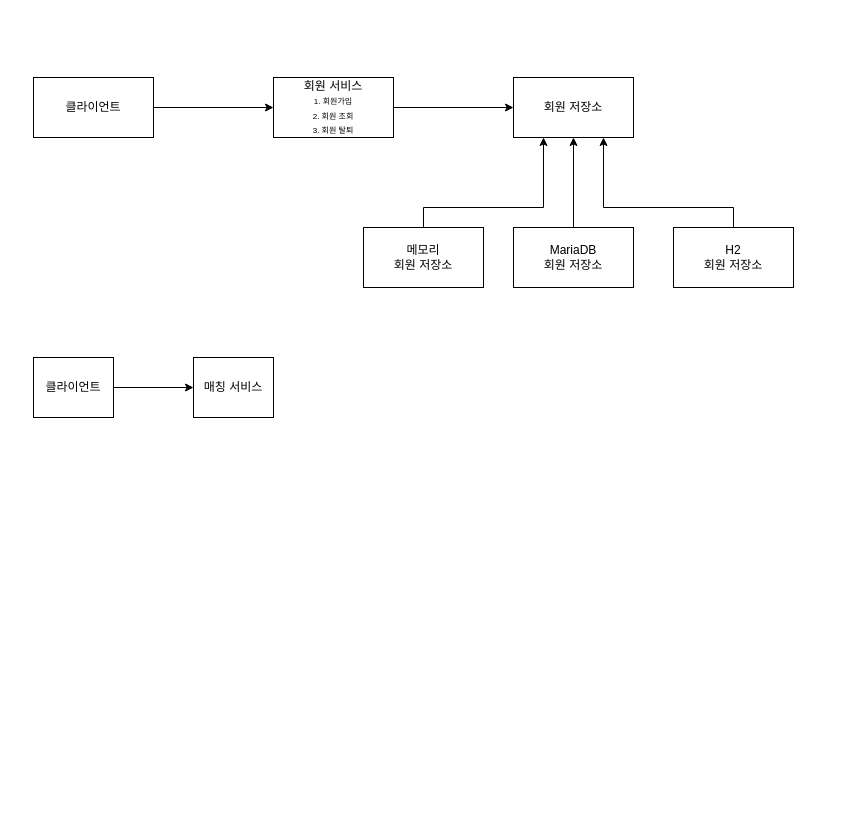
This is 기획/다이어그램/도메인_다이어그램.drawio from Cooperative-Projects/MBTIng, a draw.io file, before an edit. Source tidied: cells renumbered, new cells numbered last; positions are measured from the earlier drawing's top-left corner, leaving out a move shared by most shapes. Both pictures are drawn from the tidied source at 100%, with x=0, y=0 at pixel (33, 77).
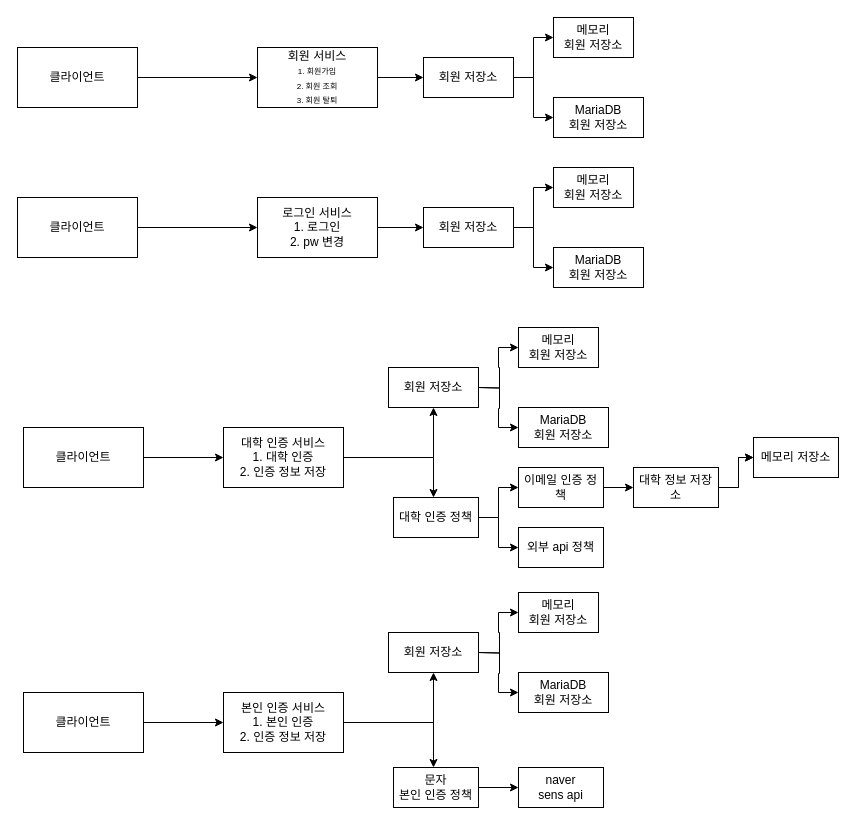
After the change.

Change to the diagram source:
```diff
@@
     <mxCell id="3" value="클라이언트" style="rounded=0;whiteSpace=wrap;html=1;" parent="1" vertex="1">
-      <mxGeometry width="120" height="60" as="geometry" />
+      <mxGeometry x="-16" y="-30" width="120" height="60" as="geometry" />
     </mxCell>
@@
     <mxCell id="5" value="회원 서비스&lt;br&gt;&lt;font style=&quot;font-size: 8px;&quot;&gt;1. 회원가입&lt;br style=&quot;font-size: 8px;&quot;&gt;2. 회원 조회&lt;br style=&quot;font-size: 8px;&quot;&gt;3. 회원 탈퇴&lt;/font&gt;" style="rounded=0;whiteSpace=wrap;html=1;" parent="1" vertex="1">
-      <mxGeometry x="240" width="120" height="60" as="geometry" />
+      <mxGeometry x="224" y="-30" width="120" height="60" as="geometry" />
     </mxCell>
+    <mxCell id="16" style="edgeStyle=orthogonalEdgeStyle;rounded=0;jettySize=auto;html=1;entryX=0;entryY=0.5;entryDx=0;entryDy=0;" parent="1" edge="1" source="6" target="10">
+      <mxGeometry relative="1" as="geometry" />
+    </mxCell>
+    <mxCell id="17" style="edgeStyle=orthogonalEdgeStyle;rounded=0;jettySize=auto;html=1;entryX=0;entryY=0.5;entryDx=0;entryDy=0;" parent="1" edge="1" source="6" target="8">
+      <mxGeometry relative="1" as="geometry" />
+    </mxCell>
     <mxCell id="6" value="회원 저장소" style="rounded=0;whiteSpace=wrap;html=1;" parent="1" vertex="1">
-      <mxGeometry x="480" width="120" height="60" as="geometry" />
+      <mxGeometry x="390" y="-20" width="90" height="40" as="geometry" />
     </mxCell>
-    <mxCell id="7" style="edgeStyle=orthogonalEdgeStyle;rounded=0;jettySize=auto;html=1;entryX=0.5;entryY=1;entryDx=0;entryDy=0;" parent="1" edge="1" source="8" target="6">
-      <mxGeometry relative="1" as="geometry" />
-    </mxCell>
     <mxCell id="8" value="MariaDB&lt;br&gt;회원 저장소" style="rounded=0;whiteSpace=wrap;html=1;" parent="1" vertex="1">
-      <mxGeometry x="480" y="150" width="120" height="60" as="geometry" />
+      <mxGeometry x="520" y="20" width="90" height="40" as="geometry" />
     </mxCell>
-    <mxCell id="9" style="edgeStyle=orthogonalEdgeStyle;rounded=0;jettySize=auto;html=1;entryX=0.25;entryY=1;entryDx=0;entryDy=0;" parent="1" edge="1" source="10" target="6">
-      <mxGeometry relative="1" as="geometry">
-        <Array as="points">
-          <mxPoint x="390" y="130" />
-          <mxPoint x="510" y="130" />
-        </Array>
-      </mxGeometry>
-    </mxCell>
     <mxCell id="10" value="메모리&lt;br&gt;회원 저장소" style="rounded=0;whiteSpace=wrap;html=1;" parent="1" vertex="1">
-      <mxGeometry x="330" y="150" width="120" height="60" as="geometry" />
+      <mxGeometry x="520" y="-60" width="80" height="40" as="geometry" />
     </mxCell>
-    <mxCell id="11" style="edgeStyle=orthogonalEdgeStyle;rounded=0;jettySize=auto;html=1;entryX=0.75;entryY=1;entryDx=0;entryDy=0;" parent="1" edge="1" source="12" target="6">
-      <mxGeometry relative="1" as="geometry">
-        <Array as="points">
-          <mxPoint x="700" y="130" />
-          <mxPoint x="570" y="130" />
-        </Array>
-      </mxGeometry>
-    </mxCell>
-    <mxCell id="12" value="H2&lt;br&gt;회원 저장소" style="rounded=0;whiteSpace=wrap;html=1;" parent="1" vertex="1">
-      <mxGeometry x="640" y="150" width="120" height="60" as="geometry" />
-    </mxCell>
-    <mxCell id="13" style="edgeStyle=orthogonalEdgeStyle;rounded=0;jettySize=auto;html=1;" parent="1" edge="1" source="14" target="15">
-      <mxGeometry relative="1" as="geometry" />
-    </mxCell>
-    <mxCell id="14" value="클라이언트" style="rounded=0;whiteSpace=wrap;html=1;" parent="1" vertex="1">
-      <mxGeometry y="280" width="80" height="60" as="geometry" />
-    </mxCell>
-    <mxCell id="15" value="매칭 서비스" style="rounded=0;whiteSpace=wrap;html=1;" parent="1" vertex="1">
-      <mxGeometry x="160" y="280" width="80" height="60" as="geometry" />
-    </mxCell>
+    <mxCell id="18" style="edgeStyle=orthogonalEdgeStyle;rounded=0;jettySize=auto;html=1;" parent="1" edge="1" source="19" target="21">
+      <mxGeometry relative="1" as="geometry" />
+    </mxCell>
+    <mxCell id="19" value="클라이언트" style="rounded=0;whiteSpace=wrap;html=1;" parent="1" vertex="1">
+      <mxGeometry x="-16" y="120" width="120" height="60" as="geometry" />
+    </mxCell>
+    <mxCell id="20" style="edgeStyle=orthogonalEdgeStyle;rounded=0;jettySize=auto;html=1;" parent="1" edge="1" source="21" target="24">
+      <mxGeometry relative="1" as="geometry" />
+    </mxCell>
+    <mxCell id="21" value="로그인 서비스&lt;br&gt;1. 로그인&lt;br&gt;2. pw 변경" style="rounded=0;whiteSpace=wrap;html=1;" parent="1" vertex="1">
+      <mxGeometry x="224" y="120" width="120" height="60" as="geometry" />
+    </mxCell>
+    <mxCell id="22" style="edgeStyle=orthogonalEdgeStyle;rounded=0;jettySize=auto;html=1;entryX=0;entryY=0.5;entryDx=0;entryDy=0;" parent="1" edge="1" source="24" target="26">
+      <mxGeometry relative="1" as="geometry" />
+    </mxCell>
+    <mxCell id="23" style="edgeStyle=orthogonalEdgeStyle;rounded=0;jettySize=auto;html=1;entryX=0;entryY=0.5;entryDx=0;entryDy=0;" parent="1" edge="1" source="24" target="25">
+      <mxGeometry relative="1" as="geometry" />
+    </mxCell>
+    <mxCell id="24" value="회원 저장소" style="rounded=0;whiteSpace=wrap;html=1;" parent="1" vertex="1">
+      <mxGeometry x="390" y="130" width="90" height="40" as="geometry" />
+    </mxCell>
+    <mxCell id="25" value="MariaDB&lt;br&gt;회원 저장소" style="rounded=0;whiteSpace=wrap;html=1;" parent="1" vertex="1">
+      <mxGeometry x="520" y="170" width="90" height="40" as="geometry" />
+    </mxCell>
+    <mxCell id="26" value="메모리&lt;br&gt;회원 저장소" style="rounded=0;whiteSpace=wrap;html=1;" parent="1" vertex="1">
+      <mxGeometry x="520" y="90" width="80" height="40" as="geometry" />
+    </mxCell>
+    <mxCell id="27" style="edgeStyle=orthogonalEdgeStyle;rounded=0;jettySize=auto;html=1;" parent="1" edge="1" source="28" target="31">
+      <mxGeometry relative="1" as="geometry" />
+    </mxCell>
+    <mxCell id="28" value="클라이언트" style="rounded=0;whiteSpace=wrap;html=1;" parent="1" vertex="1">
+      <mxGeometry x="-10" y="350" width="120" height="60" as="geometry" />
+    </mxCell>
+    <mxCell id="29" style="edgeStyle=orthogonalEdgeStyle;rounded=0;jettySize=auto;html=1;" parent="1" edge="1" source="31" target="34">
+      <mxGeometry relative="1" as="geometry">
+        <Array as="points">
+          <mxPoint x="400" y="380" />
+        </Array>
+      </mxGeometry>
+    </mxCell>
+    <mxCell id="30" style="edgeStyle=orthogonalEdgeStyle;rounded=0;jettySize=auto;html=1;" parent="1" edge="1" source="31">
+      <mxGeometry relative="1" as="geometry">
+        <mxPoint x="400" y="330" as="targetPoint" />
+        <Array as="points">
+          <mxPoint x="400" y="380" />
+        </Array>
+      </mxGeometry>
+    </mxCell>
+    <mxCell id="31" value="대학 인증 서비스&lt;br&gt;1. 대학 인증&lt;br&gt;2. 인증 정보 저장" style="rounded=0;whiteSpace=wrap;html=1;" parent="1" vertex="1">
+      <mxGeometry x="190" y="350" width="120" height="60" as="geometry" />
+    </mxCell>
+    <mxCell id="32" style="edgeStyle=orthogonalEdgeStyle;rounded=0;jettySize=auto;html=1;entryX=0;entryY=0.5;entryDx=0;entryDy=0;" parent="1" edge="1" source="34" target="37">
+      <mxGeometry relative="1" as="geometry" />
+    </mxCell>
+    <mxCell id="33" style="edgeStyle=orthogonalEdgeStyle;rounded=0;jettySize=auto;html=1;entryX=0;entryY=0.5;entryDx=0;entryDy=0;" parent="1" edge="1" source="34" target="41">
+      <mxGeometry relative="1" as="geometry" />
+    </mxCell>
+    <mxCell id="34" value="대학 인증 정책" style="rounded=0;whiteSpace=wrap;html=1;" parent="1" vertex="1">
+      <mxGeometry x="360" y="420" width="85" height="40" as="geometry" />
+    </mxCell>
+    <mxCell id="35" value="회원 저장소" style="rounded=0;whiteSpace=wrap;html=1;" parent="1" vertex="1">
+      <mxGeometry x="355" y="290" width="90" height="40" as="geometry" />
+    </mxCell>
+    <mxCell id="36" style="edgeStyle=orthogonalEdgeStyle;rounded=0;jettySize=auto;html=1;entryX=0;entryY=0.5;entryDx=0;entryDy=0;" parent="1" edge="1" source="37" target="40">
+      <mxGeometry relative="1" as="geometry" />
+    </mxCell>
+    <mxCell id="37" value="이메일 인증 정책" style="rounded=0;whiteSpace=wrap;html=1;" parent="1" vertex="1">
+      <mxGeometry x="485" y="390" width="85" height="40" as="geometry" />
+    </mxCell>
+    <mxCell id="38" style="edgeStyle=orthogonalEdgeStyle;rounded=0;jettySize=auto;html=1;entryX=0;entryY=0.5;entryDx=0;entryDy=0;" parent="1" edge="1" source="40" target="46">
+      <mxGeometry relative="1" as="geometry" />
+    </mxCell>
+    <mxCell id="39" style="edgeStyle=orthogonalEdgeStyle;rounded=0;jettySize=auto;html=1;" parent="1" edge="1" source="40" target="46">
+      <mxGeometry relative="1" as="geometry" />
+    </mxCell>
+    <mxCell id="40" value="대학 정보 저장소" style="rounded=0;whiteSpace=wrap;html=1;" parent="1" vertex="1">
+      <mxGeometry x="600" y="390" width="85" height="40" as="geometry" />
+    </mxCell>
+    <mxCell id="41" value="외부 api 정책" style="rounded=0;whiteSpace=wrap;html=1;" parent="1" vertex="1">
+      <mxGeometry x="485" y="450" width="85" height="40" as="geometry" />
+    </mxCell>
+    <mxCell id="42" style="edgeStyle=orthogonalEdgeStyle;rounded=0;jettySize=auto;html=1;entryX=0;entryY=0.5;entryDx=0;entryDy=0;" parent="1" edge="1" target="45">
+      <mxGeometry relative="1" as="geometry">
+        <mxPoint x="445" y="310" as="sourcePoint" />
+      </mxGeometry>
+    </mxCell>
+    <mxCell id="43" style="edgeStyle=orthogonalEdgeStyle;rounded=0;jettySize=auto;html=1;entryX=0;entryY=0.5;entryDx=0;entryDy=0;" parent="1" edge="1" target="44">
+      <mxGeometry relative="1" as="geometry">
+        <mxPoint x="445" y="310" as="sourcePoint" />
+      </mxGeometry>
+    </mxCell>
+    <mxCell id="44" value="MariaDB&lt;br&gt;회원 저장소" style="rounded=0;whiteSpace=wrap;html=1;" parent="1" vertex="1">
+      <mxGeometry x="485" y="330" width="90" height="40" as="geometry" />
+    </mxCell>
+    <mxCell id="45" value="메모리&lt;br&gt;회원 저장소" style="rounded=0;whiteSpace=wrap;html=1;" parent="1" vertex="1">
+      <mxGeometry x="485" y="250" width="80" height="40" as="geometry" />
+    </mxCell>
+    <mxCell id="46" value="메모리 저장소" style="rounded=0;whiteSpace=wrap;html=1;" parent="1" vertex="1">
+      <mxGeometry x="720" y="360" width="85" height="40" as="geometry" />
+    </mxCell>
+    <mxCell id="47" style="edgeStyle=orthogonalEdgeStyle;rounded=0;jettySize=auto;html=1;" parent="1" edge="1" source="48" target="51">
+      <mxGeometry relative="1" as="geometry" />
+    </mxCell>
+    <mxCell id="48" value="클라이언트" style="rounded=0;whiteSpace=wrap;html=1;" parent="1" vertex="1">
+      <mxGeometry x="-10" y="615" width="120" height="60" as="geometry" />
+    </mxCell>
+    <mxCell id="49" style="edgeStyle=orthogonalEdgeStyle;rounded=0;jettySize=auto;html=1;" parent="1" edge="1" source="51" target="53">
+      <mxGeometry relative="1" as="geometry">
+        <Array as="points">
+          <mxPoint x="400" y="645" />
+        </Array>
+      </mxGeometry>
+    </mxCell>
+    <mxCell id="50" style="edgeStyle=orthogonalEdgeStyle;rounded=0;jettySize=auto;html=1;" parent="1" edge="1" source="51">
+      <mxGeometry relative="1" as="geometry">
+        <mxPoint x="400" y="595" as="targetPoint" />
+        <Array as="points">
+          <mxPoint x="400" y="645" />
+        </Array>
+      </mxGeometry>
+    </mxCell>
+    <mxCell id="51" value="본인 인증 서비스&lt;br&gt;1. 본인 인증&lt;br&gt;2. 인증 정보 저장" style="rounded=0;whiteSpace=wrap;html=1;" parent="1" vertex="1">
+      <mxGeometry x="190" y="615" width="120" height="60" as="geometry" />
+    </mxCell>
+    <mxCell id="52" style="edgeStyle=orthogonalEdgeStyle;rounded=0;jettySize=auto;html=1;entryX=0;entryY=0.5;entryDx=0;entryDy=0;" parent="1" edge="1" source="53" target="55">
+      <mxGeometry relative="1" as="geometry" />
+    </mxCell>
+    <mxCell id="53" value="문자&lt;br&gt;본인 인증 정책" style="rounded=0;whiteSpace=wrap;html=1;" parent="1" vertex="1">
+      <mxGeometry x="360" y="690" width="85" height="40" as="geometry" />
+    </mxCell>
+    <mxCell id="54" value="회원 저장소" style="rounded=0;whiteSpace=wrap;html=1;" parent="1" vertex="1">
+      <mxGeometry x="355" y="555" width="90" height="40" as="geometry" />
+    </mxCell>
+    <mxCell id="55" value="naver&lt;br&gt;sens api" style="rounded=0;whiteSpace=wrap;html=1;" parent="1" vertex="1">
+      <mxGeometry x="485" y="690" width="85" height="40" as="geometry" />
+    </mxCell>
+    <mxCell id="56" style="edgeStyle=orthogonalEdgeStyle;rounded=0;jettySize=auto;html=1;entryX=0;entryY=0.5;entryDx=0;entryDy=0;" parent="1" edge="1" target="59">
+      <mxGeometry relative="1" as="geometry">
+        <mxPoint x="445" y="575" as="sourcePoint" />
+      </mxGeometry>
+    </mxCell>
+    <mxCell id="57" style="edgeStyle=orthogonalEdgeStyle;rounded=0;jettySize=auto;html=1;entryX=0;entryY=0.5;entryDx=0;entryDy=0;" parent="1" edge="1" target="58">
+      <mxGeometry relative="1" as="geometry">
+        <mxPoint x="445" y="575" as="sourcePoint" />
+      </mxGeometry>
+    </mxCell>
+    <mxCell id="58" value="MariaDB&lt;br&gt;회원 저장소" style="rounded=0;whiteSpace=wrap;html=1;" parent="1" vertex="1">
+      <mxGeometry x="485" y="595" width="90" height="40" as="geometry" />
+    </mxCell>
+    <mxCell id="59" value="메모리&lt;br&gt;회원 저장소" style="rounded=0;whiteSpace=wrap;html=1;" parent="1" vertex="1">
+      <mxGeometry x="485" y="515" width="80" height="40" as="geometry" />
+    </mxCell>
```
